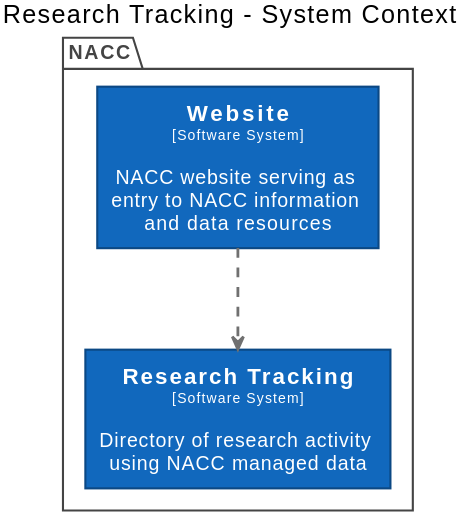
This is docs/images/structurizr-ResearchTrackingContext.svg from naccdata/system-design, a PlantUML export, as it was before one commit. Source of this version:
```plantuml
@startuml
title Research Tracking - System Context

top to bottom direction

skinparam {
  shadowing false
  arrowFontSize 10
  defaultTextAlignment center
  wrapWidth 200
  maxMessageSize 100
}

hide stereotype

skinparam rectangle<<ResearchTracking>> {
  BackgroundColor #1168bd
  FontColor #ffffff
  BorderColor #0b4884
}
skinparam rectangle<<Website>> {
  BackgroundColor #1168bd
  FontColor #ffffff
  BorderColor #0b4884
}

package "NACC" <<enterprise>> {
  skinparam PackageBorderColor<<enterprise>> #444444
  skinparam PackageFontColor<<enterprise>> #444444

  rectangle "==Research Tracking\n<size:10>[Software System]</size>\n\nDirectory of research activity using NACC managed data" <<ResearchTracking>> as ResearchTracking
  rectangle "==Website\n<size:10>[Software System]</size>\n\nNACC website serving as entry to NACC information and data resources" <<Website>> as Website
}


Website .[#707070,thickness=2].> ResearchTracking : "<color:#707070>"
@enduml
```
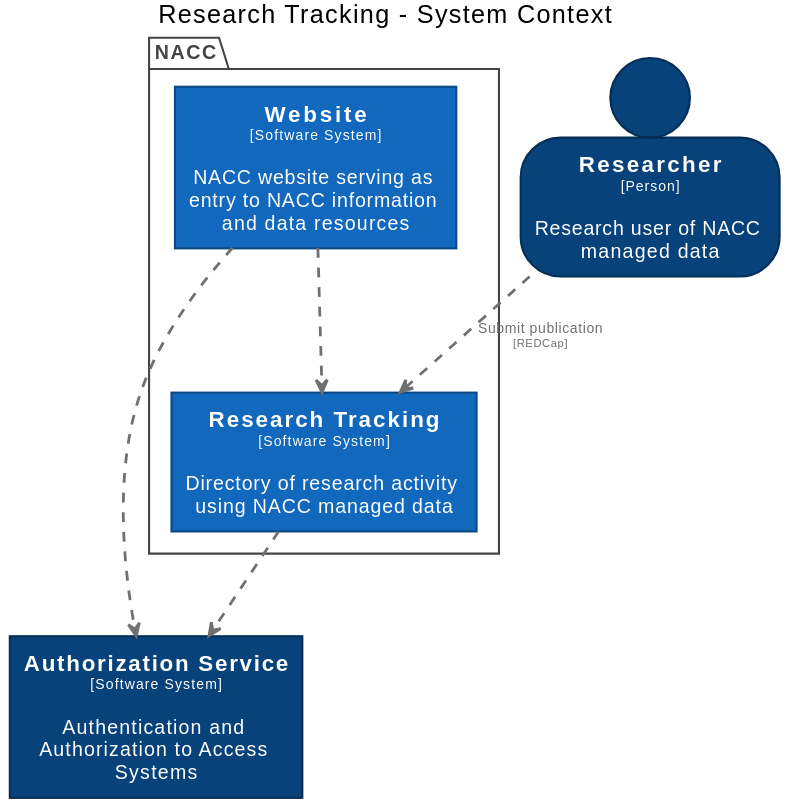
After the commit.

What changed in the source:
```diff
@@ -13,10 +13,20 @@
 
 hide stereotype
 
+skinparam rectangle<<AuthorizationService>> {
+  BackgroundColor #08427b
+  FontColor #ffffff
+  BorderColor #052e56
+}
 skinparam rectangle<<ResearchTracking>> {
   BackgroundColor #1168bd
   FontColor #ffffff
   BorderColor #0b4884
+}
+skinparam person<<Researcher>> {
+  BackgroundColor #08427b
+  FontColor #ffffff
+  BorderColor #052e56
 }
 skinparam rectangle<<Website>> {
   BackgroundColor #1168bd
@@ -32,6 +42,11 @@
   rectangle "==Website\n<size:10>[Software System]</size>\n\nNACC website serving as entry to NACC information and data resources" <<Website>> as Website
 }
 
+rectangle "==Authorization Service\n<size:10>[Software System]</size>\n\nAuthentication and Authorization to Access Systems" <<AuthorizationService>> as AuthorizationService
+person "==Researcher\n<size:10>[Person]</size>\n\nResearch user of NACC managed data" <<Researcher>> as Researcher
 
 Website .[#707070,thickness=2].> ResearchTracking : "<color:#707070>"
+Researcher .[#707070,thickness=2].> ResearchTracking : "<color:#707070>Submit publication\n<color:#707070><size:8>[REDCap]</size>"
+ResearchTracking .[#707070,thickness=2].> AuthorizationService : "<color:#707070>"
+Website .[#707070,thickness=2].> AuthorizationService : "<color:#707070>"
 @enduml
```
